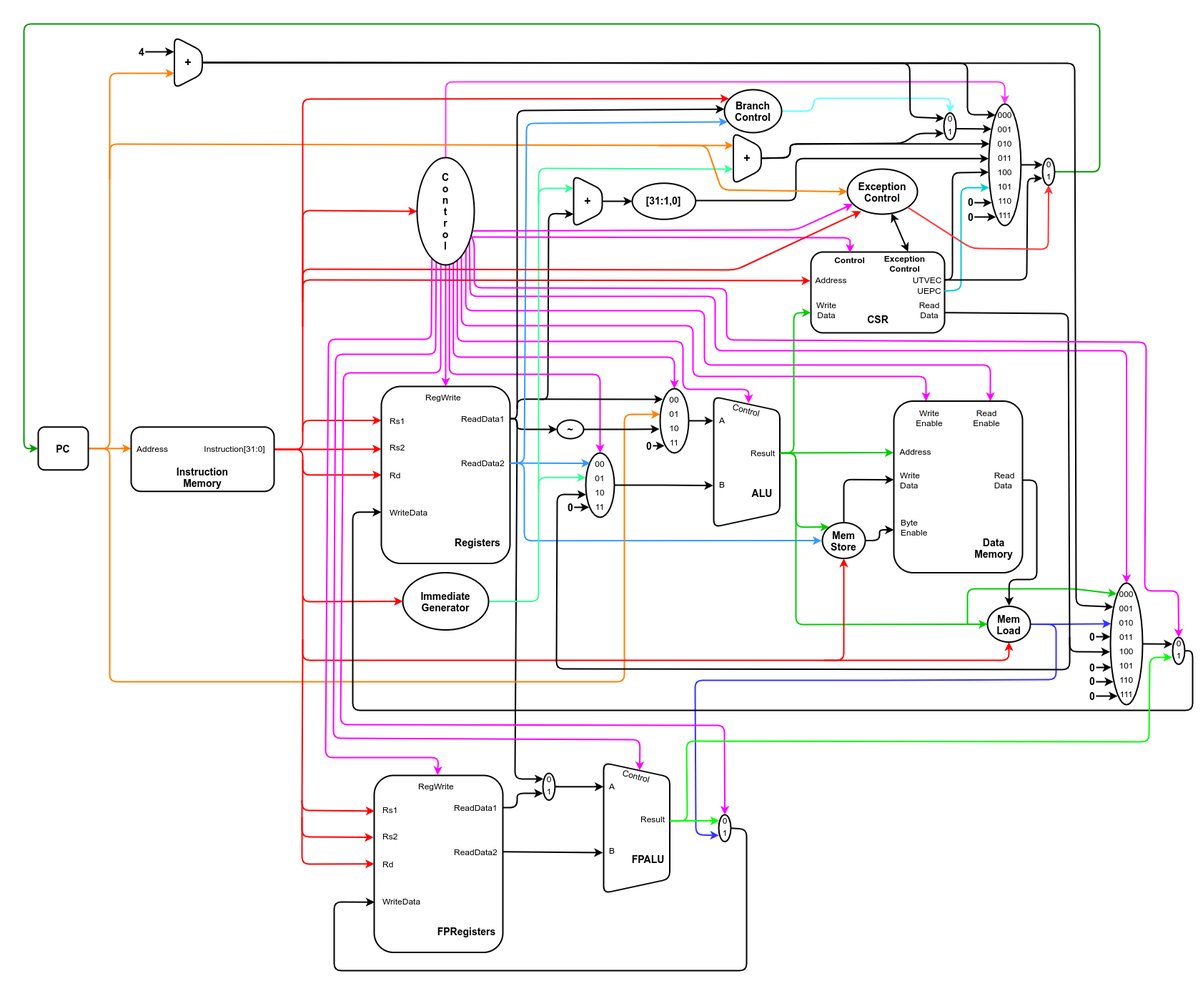
arthurbeggs/monografia keeps this draw.io diagram as images/singlecycle-RV32IMF.png. Above is the earlier version. Source tidied: cells renumbered, new cells last; positions are measured from the earlier drawing's top-left corner, leaving out a move shared by most shapes.
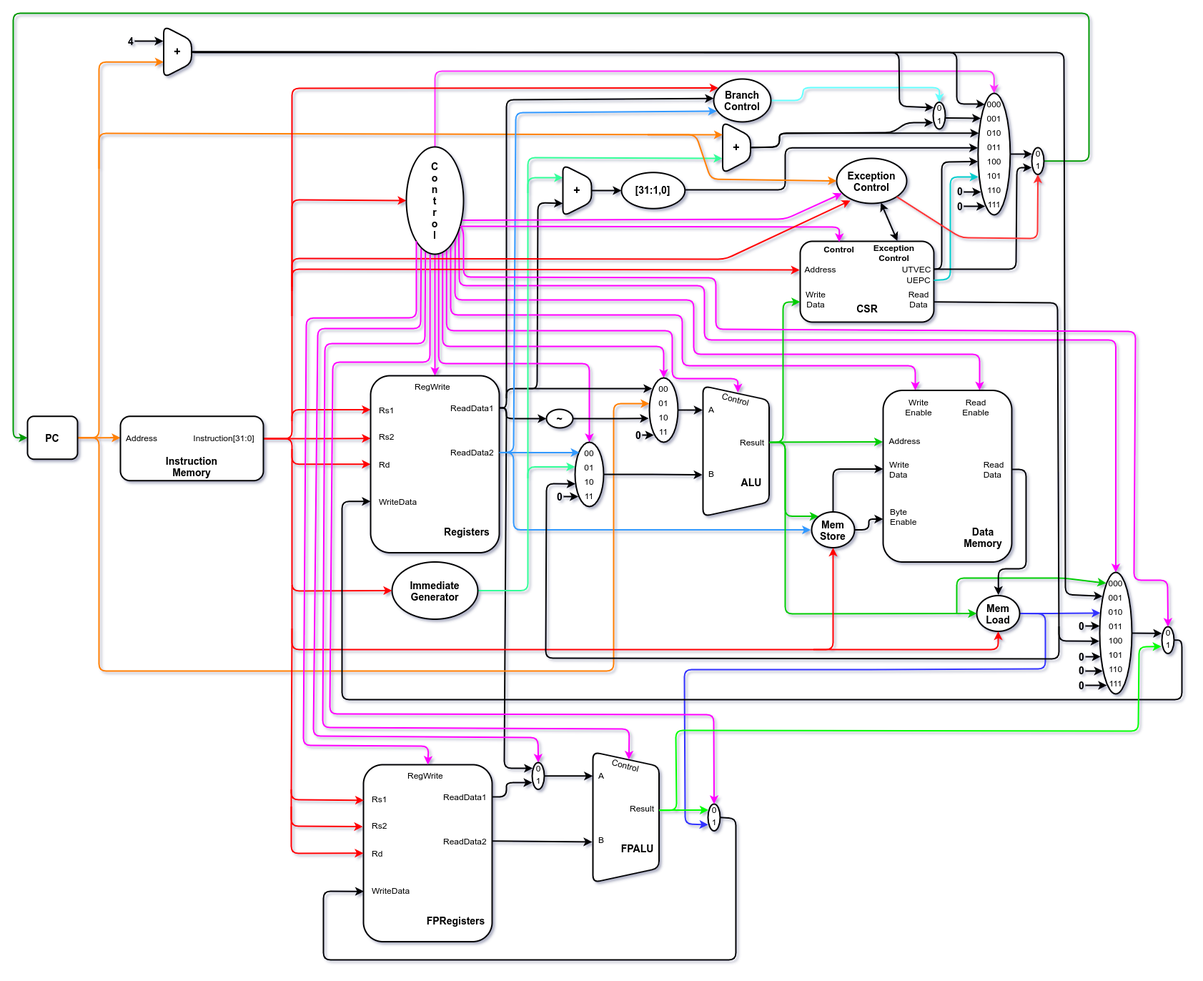
Above is the later version.

Commit message:
Finishes Multicycle diagrams & fix singlecycle

The edit, as a diff of the source:
```diff
@@ -958,13 +958,13 @@
     <mxCell id="204" value="Control" style="text;html=1;strokeColor=none;fillColor=none;align=center;verticalAlign=middle;whiteSpace=wrap;rounded=0;rotation=15;" parent="1" vertex="1">
       <mxGeometry x="837.2" y="1042" width="40" height="20" as="geometry" />
     </mxCell>
-    <mxCell id="205" style="endArrow=classic;html=1;strokeWidth=2;strokeColor=#FF00FF;entryX=0.492;entryY=-0.002;entryDx=0;entryDy=0;entryPerimeter=0;exitX=0.26;exitY=0.944;exitDx=0;exitDy=0;exitPerimeter=0;" parent="1" edge="1" source="224" target="190">
+    <mxCell id="205" style="endArrow=classic;html=1;strokeWidth=2;strokeColor=#FF00FF;entryX=0.5;entryY=0;entryDx=0;entryDy=0;exitX=0.26;exitY=0.944;exitDx=0;exitDy=0;exitPerimeter=0;" parent="1" edge="1" source="224" target="212">
       <mxGeometry relative="1" as="geometry">
         <Array as="points">
           <mxPoint x="570" y="441" />
           <mxPoint x="426" y="441" />
-          <mxPoint x="422" y="1026" />
-          <mxPoint x="580" y="1026" />
+          <mxPoint x="420" y="1011" />
+          <mxPoint x="734" y="1013" />
         </Array>
       </mxGeometry>
     </mxCell>
@@ -1114,5 +1114,15 @@
         </Array>
       </mxGeometry>
     </mxCell>
+    <mxCell id="233" style="endArrow=classic;html=1;strokeWidth=2;strokeColor=#FF00FF;entryX=0.5;entryY=0;entryDx=0;entryDy=0;exitX=0.176;exitY=0.879;exitDx=0;exitDy=0;exitPerimeter=0;" parent="1" edge="1" source="224" target="190">
+      <mxGeometry relative="1" as="geometry">
+        <Array as="points">
+          <mxPoint x="564" y="426" />
+          <mxPoint x="410" y="426.4" />
+          <mxPoint x="406" y="1024" />
+          <mxPoint x="581" y="1025" />
+        </Array>
+      </mxGeometry>
+    </mxCell>
   </root>
 </mxGraphModel>
```
